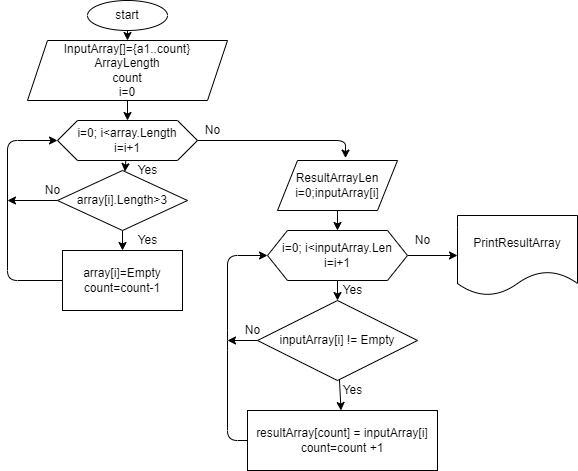
grt2143/Final_Verification keeps this draw.io diagram as Dia.drawio.png. Above is the earlier version. Source tidied: cells renumbered, new cells last; positions are measured from the earlier drawing's top-left corner, leaving out a move shared by most shapes.
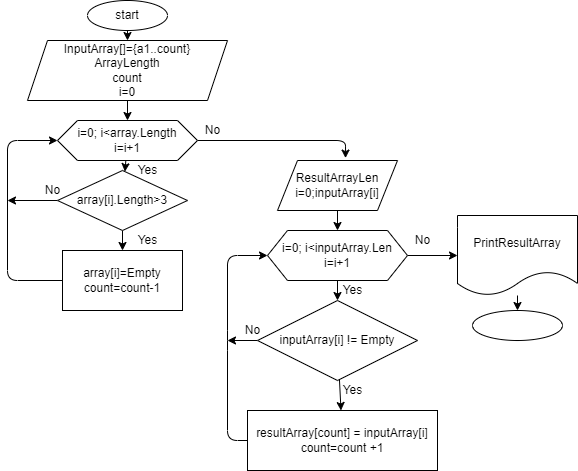
The same diagram one commit later.

Change to the diagram source:
```diff
@@ -101,6 +101,9 @@
     <mxCell id="27" value="resultArray[count] = inputArray[i]&lt;br&gt;count=count +1" style="whiteSpace=wrap;html=1;" parent="1" vertex="1">
       <mxGeometry x="240" y="410" width="190" height="60" as="geometry" />
     </mxCell>
+    <mxCell id="33" style="edgeStyle=none;html=1;" parent="1" edge="1" source="28" target="34">
+      <mxGeometry relative="1" as="geometry" />
+    </mxCell>
     <mxCell id="28" value="PrintResultArray" style="shape=document;whiteSpace=wrap;html=1;boundedLbl=1;" parent="1" vertex="1">
       <mxGeometry x="450" y="215" width="120" height="80" as="geometry" />
     </mxCell>
@@ -116,5 +119,8 @@
     <mxCell id="32" value="Yes" style="text;html=1;align=center;verticalAlign=middle;fillColor=none;strokeColor=none;rounded=0;" parent="1" vertex="1">
       <mxGeometry x="330" y="380" width="30" height="20" as="geometry" />
     </mxCell>
+    <mxCell id="34" style="ellipse;whiteSpace=wrap;html=1;" parent="1" vertex="1">
+      <mxGeometry x="465" y="310" width="90" height="30" as="geometry" />
+    </mxCell>
   </root>
 </mxGraphModel>
```
